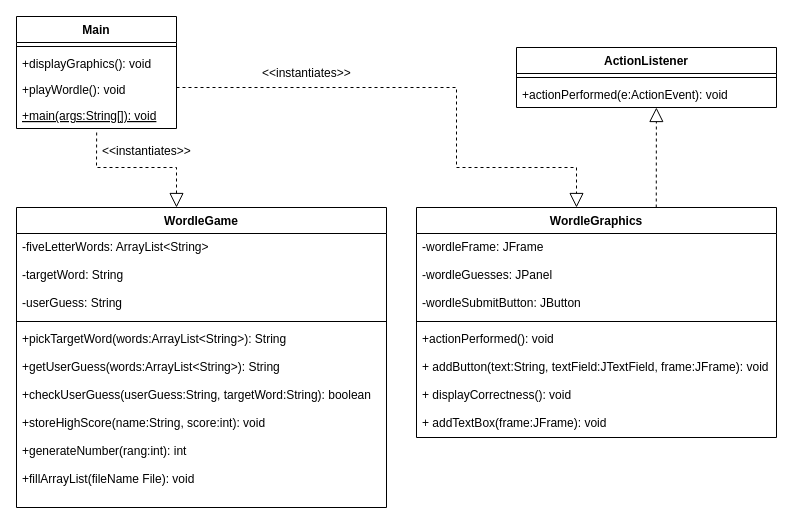
This is Wordle++ UML Diagram.drawio from drewdezco/Wordle, a draw.io file, before an edit. Source tidied: cells renumbered, new cells numbered last; positions are measured from the earlier drawing's top-left corner, leaving out a move shared by most shapes. Both pictures are drawn from the tidied source at 100%, with x=0, y=0 at pixel (16, 16).
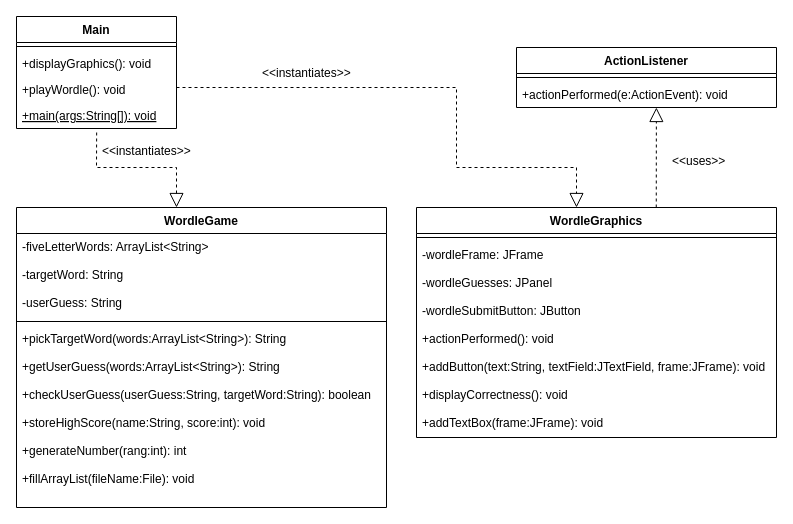
Above is the later version.

Commit message:
Added uses for WordleGraphics to ActionListener relationship arrow Added colon in fillArrayList method

The change refers to these unchanged cells:
```xml
<mxCell id="7" value="WordleGraphics" style="swimlane;fontStyle=1;align=center;verticalAlign=top;horizontal=1;startSize=26;" parent="1" vertex="1">
  <mxGeometry x="400" y="191" width="360" height="230" as="geometry" />
</mxCell>
<mxCell id="11" value="WordleGame" style="swimlane;fontStyle=1;align=center;verticalAlign=top;horizontal=1;startSize=26;" parent="1" vertex="1">
  <mxGeometry y="191" width="370" height="300" as="geometry" />
</mxCell>
```

The edit, as a diff of the source:
```diff
@@
+    <mxCell id="9" style="line;strokeWidth=1;fillColor=none;align=left;verticalAlign=middle;spacingTop=-1;spacingLeft=3;spacingRight=3;labelPosition=right;" parent="7" vertex="1">
+      <mxGeometry y="26" width="360" height="8" as="geometry" />
+    </mxCell>
     <mxCell id="8" value="-wordleFrame: JFrame&#10;&#10;-wordleGuesses: JPanel&#10;&#10;-wordleSubmitButton: JButton&#10;" style="text;strokeColor=none;fillColor=none;align=left;verticalAlign=top;spacingLeft=4;spacingRight=4;overflow=hidden;" parent="7" vertex="1">
-      <mxGeometry y="26" width="360" height="84" as="geometry" />
+      <mxGeometry y="34" width="360" height="84" as="geometry" />
     </mxCell>
-    <mxCell id="9" style="line;strokeWidth=1;fillColor=none;align=left;verticalAlign=middle;spacingTop=-1;spacingLeft=3;spacingRight=3;labelPosition=right;" parent="7" vertex="1">
-      <mxGeometry y="110" width="360" height="8" as="geometry" />
-    </mxCell>
-    <mxCell id="10" value="+actionPerformed(): void&#10;&#10;+ addButton(text:String, textField:JTextField, frame:JFrame): void&#10;&#10;+ displayCorrectness(): void&#10;&#10;+ addTextBox(frame:JFrame): void&#10;&#10;" style="text;strokeColor=none;fillColor=none;align=left;verticalAlign=top;spacingLeft=4;spacingRight=4;overflow=hidden;" parent="7" vertex="1">
+    <mxCell id="10" value="+actionPerformed(): void&#10;&#10;+addButton(text:String, textField:JTextField, frame:JFrame): void&#10;&#10;+displayCorrectness(): void&#10;&#10;+addTextBox(frame:JFrame): void&#10;&#10;" style="text;strokeColor=none;fillColor=none;align=left;verticalAlign=top;spacingLeft=4;spacingRight=4;overflow=hidden;" parent="7" vertex="1">
       <mxGeometry y="118" width="360" height="112" as="geometry" />
     </mxCell>
@@
-    <mxCell id="14" value="+pickTargetWord(words:ArrayList&lt;String&gt;): String&#10;&#10;+getUserGuess(words:ArrayList&lt;String&gt;): String&#10;&#10;+checkUserGuess(userGuess:String, targetWord:String): boolean&#10;&#10;+storeHighScore(name:String, score:int): void&#10;&#10;+generateNumber(rang:int): int&#10;&#10;+fillArrayList(fileName File): void&#10;" style="text;strokeColor=none;fillColor=none;align=left;verticalAlign=top;spacingLeft=4;spacingRight=4;overflow=hidden;" parent="11" vertex="1">
+    <mxCell id="14" value="+pickTargetWord(words:ArrayList&lt;String&gt;): String&#10;&#10;+getUserGuess(words:ArrayList&lt;String&gt;): String&#10;&#10;+checkUserGuess(userGuess:String, targetWord:String): boolean&#10;&#10;+storeHighScore(name:String, score:int): void&#10;&#10;+generateNumber(rang:int): int&#10;&#10;+fillArrayList(fileName:File): void&#10;" style="text;strokeColor=none;fillColor=none;align=left;verticalAlign=top;spacingLeft=4;spacingRight=4;overflow=hidden;" parent="11" vertex="1">
       <mxGeometry y="118" width="370" height="182" as="geometry" />
     </mxCell>
@@
+    <mxCell id="23" value="&lt;&lt;uses&gt;&gt;" style="text;strokeColor=none;fillColor=none;align=left;verticalAlign=top;spacingLeft=4;spacingRight=4;overflow=hidden;" parent="1" vertex="1">
+      <mxGeometry x="650" y="131" width="70" height="26" as="geometry" />
+    </mxCell>
```
